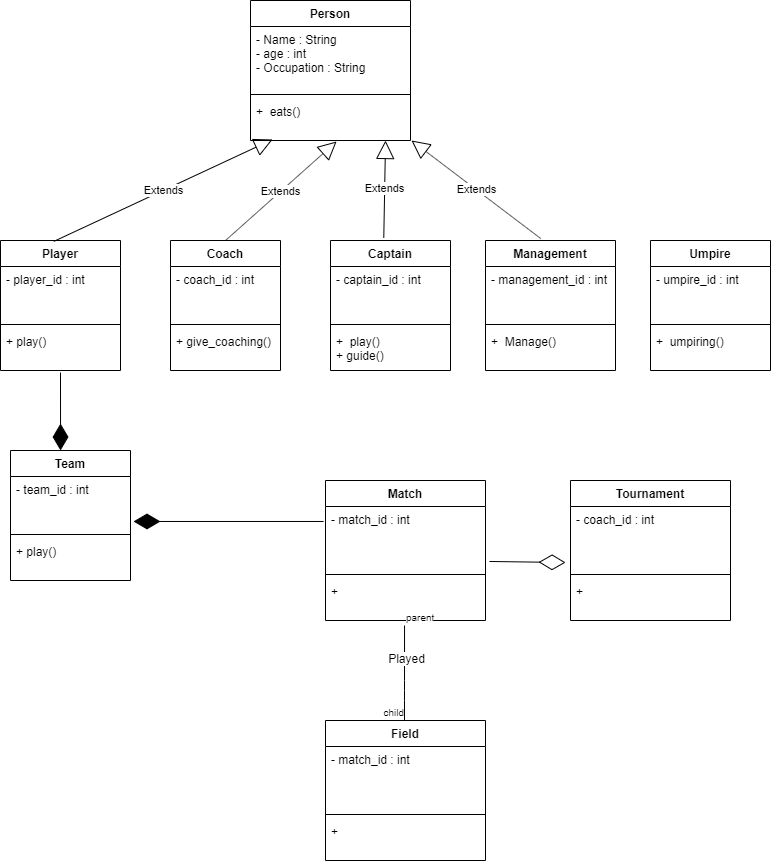
Before: Team_management_system.png, a diagram exported from draw.io (avinashme/Assignment-of-FlowChart). Source tidied: cells renumbered, new cells last; positions are measured from the earlier drawing's top-left corner, leaving out a move shared by most shapes.
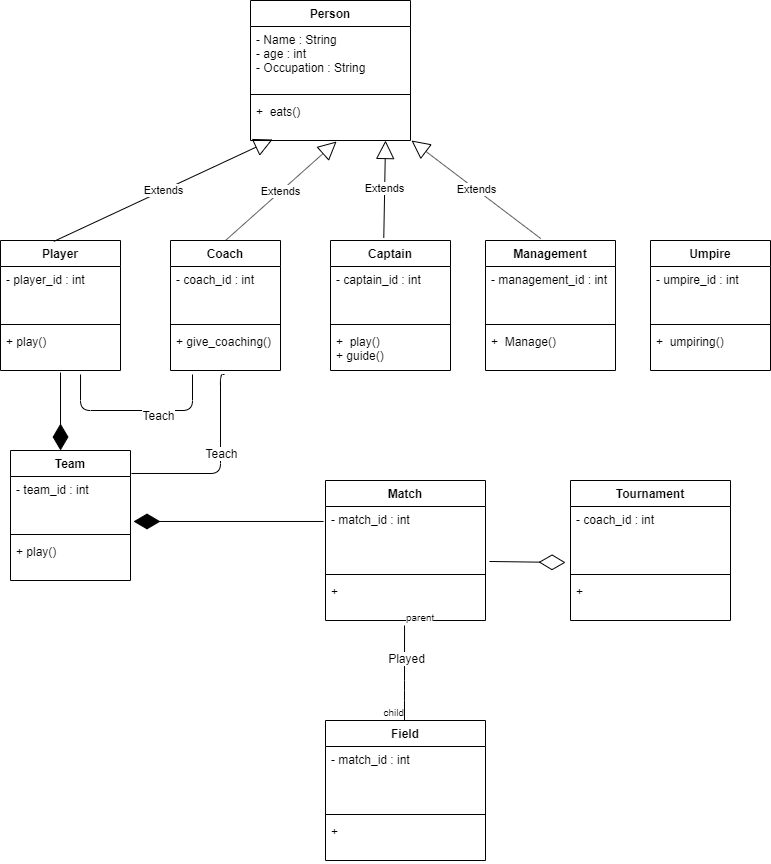
Later version of the same file.

Diff of the diagram source:
```diff
@@ -160,5 +160,29 @@
     <mxCell id="52" style="endArrow=diamondThin;endFill=1;endSize=24;html=1;entryX=1.025;entryY=0.833;entryDx=0;entryDy=0;entryPerimeter=0;exitX=-0.012;exitY=0.234;exitDx=0;exitDy=0;exitPerimeter=0;" parent="1" edge="1" source="22" target="48">
       <mxGeometry relative="1" as="geometry" />
     </mxCell>
+    <mxCell id="53" style="endArrow=none;html=1;edgeStyle=orthogonalEdgeStyle;exitX=1.008;exitY=-0.056;exitDx=0;exitDy=0;exitPerimeter=0;entryX=0.491;entryY=1.095;entryDx=0;entryDy=0;entryPerimeter=0;" parent="1" edge="1" source="48" target="13">
+      <mxGeometry relative="1" as="geometry">
+        <Array as="points">
+          <mxPoint x="220" y="473" />
+          <mxPoint x="220" y="374" />
+        </Array>
+      </mxGeometry>
+    </mxCell>
+    <mxCell id="54" value="Teach" style="text;html=1;align=center;verticalAlign=middle;labelBackgroundColor=#ffffff;" parent="53" vertex="1">
+      <mxGeometry x="0.15" y="20" relative="1" as="geometry">
+        <mxPoint x="20" as="offset" />
+      </mxGeometry>
+    </mxCell>
+    <mxCell id="55" style="endArrow=none;html=1;edgeStyle=orthogonalEdgeStyle;exitX=0.2;exitY=1.095;exitDx=0;exitDy=0;exitPerimeter=0;entryX=0.667;entryY=1.095;entryDx=0;entryDy=0;entryPerimeter=0;" parent="1" edge="1" source="13" target="9">
+      <mxGeometry relative="1" as="geometry">
+        <Array as="points">
+          <mxPoint x="192" y="410" />
+          <mxPoint x="80" y="410" />
+        </Array>
+      </mxGeometry>
+    </mxCell>
+    <mxCell id="56" value="Teach" style="text;html=1;align=center;verticalAlign=middle;labelBackgroundColor=#ffffff;" parent="55" vertex="1">
+      <mxGeometry x="-0.23" y="4" relative="1" as="geometry" />
+    </mxCell>
   </root>
 </mxGraphModel>
```
